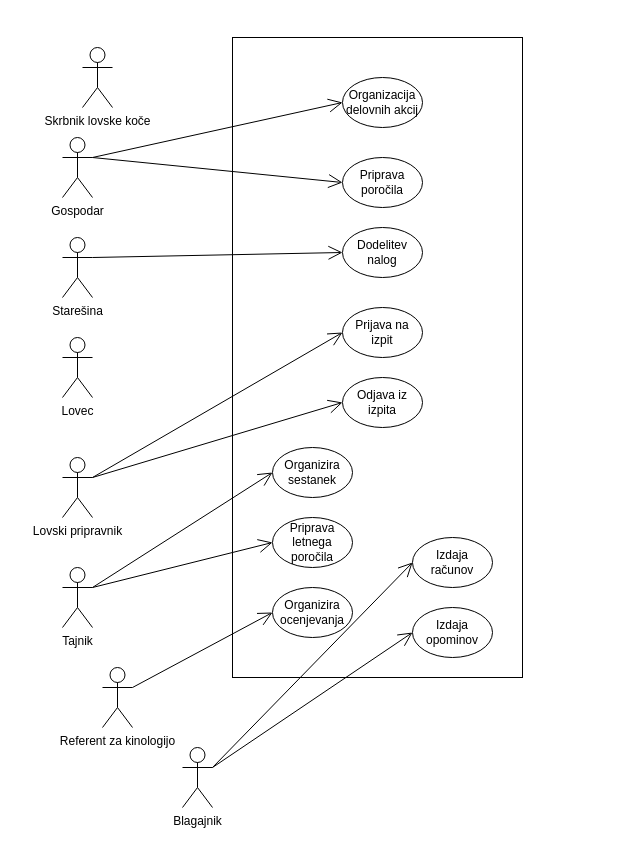
Earlier version of the draw.io diagram TestniDiagramLovstvo.drawio (ErnestISv/Lovstvo). Source tidied: cells renumbered, new cells numbered last; positions are measured from the earlier drawing's top-left corner, leaving out a move shared by most shapes. Both pictures are drawn from the tidied source at 100%, with x=0, y=0 at pixel (62, 37).
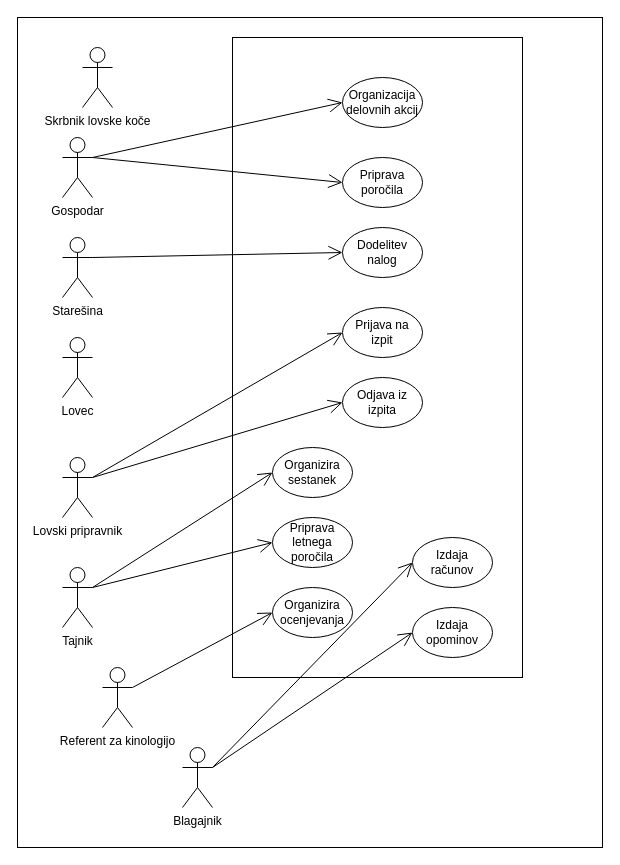
The same diagram, later.

Change to the diagram source:
```diff
@@
+    <mxCell id="31" style="rounded=0;whiteSpace=wrap;html=1;" parent="1" vertex="1">
+      <mxGeometry x="-45" y="-20" width="585" height="830" as="geometry" />
+    </mxCell>
```
